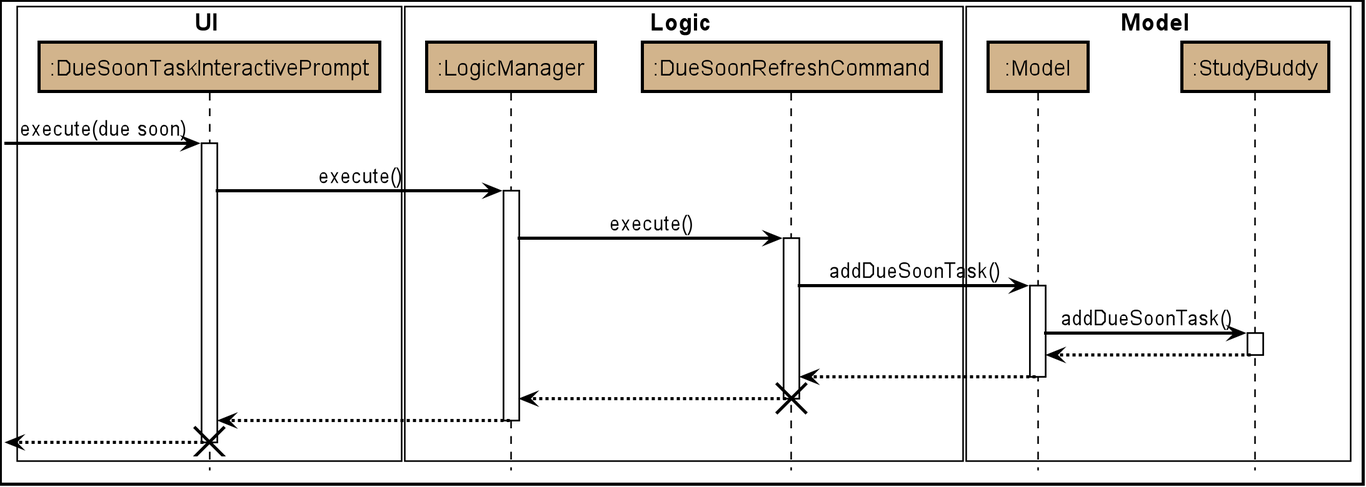
wyt-sonia/main keeps this PlantUML diagram as docs/images/DueSoonSequenceDiagram.png. Above is the earlier version.
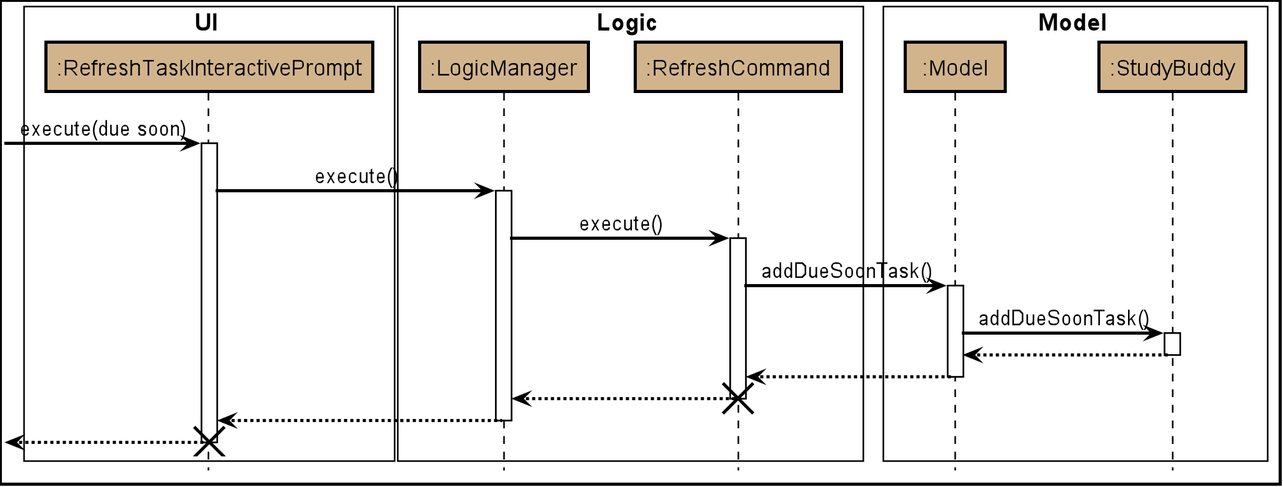
After the change.

Change to the diagram source:
```diff
@@ -59,12 +59,12 @@
 
 
 box UI #FFFFFF
-participant ":DueSoonTaskInteractivePrompt" as DueSoonTaskInteractivePrompt #D2B48C
+participant ":RefreshTaskInteractivePrompt" as RefreshTaskInteractivePrompt #D2B48C
 end box
 
 box Logic #FFFFFF
 participant ":LogicManager" as LogicManager #D2B48C
-participant ":DueSoonRefreshCommand" as DueSoonRefreshCommand #D2B48C
+participant ":RefreshCommand" as RefreshCommand #D2B48C
 end box
 
 box Model #FFFFFF
@@ -72,16 +72,16 @@
 participant ":StudyBuddy" as StudyBuddy #D2B48C
 end box
 
-[-> DueSoonTaskInteractivePrompt : execute(due soon)
-activate DueSoonTaskInteractivePrompt
+[-> RefreshTaskInteractivePrompt : execute(due soon)
+activate RefreshTaskInteractivePrompt
 
-DueSoonTaskInteractivePrompt -> LogicManager : execute()
+RefreshTaskInteractivePrompt -> LogicManager : execute()
 activate LogicManager
 
-LogicManager -> DueSoonRefreshCommand : execute()
-activate DueSoonRefreshCommand
+LogicManager -> RefreshCommand : execute()
+activate RefreshCommand
 
-DueSoonRefreshCommand -> Model : addDueSoonTask()
+RefreshCommand -> Model : addDueSoonTask()
 activate Model
 
 Model -> StudyBuddy : addDueSoonTask()
@@ -90,18 +90,18 @@
 StudyBuddy --> Model
 deactivate StudyBuddy
 
-Model --> DueSoonRefreshCommand
+Model --> RefreshCommand
 deactivate Model
 
-DueSoonRefreshCommand --> LogicManager
-deactivate DueSoonRefreshCommand
-destroy DueSoonRefreshCommand
+RefreshCommand --> LogicManager
+deactivate RefreshCommand
+destroy RefreshCommand
 
-LogicManager --> DueSoonTaskInteractivePrompt
+LogicManager --> RefreshTaskInteractivePrompt
 deactivate LogicManager
 
-[<--DueSoonTaskInteractivePrompt
-deactivate DueSoonTaskInteractivePrompt
-destroy DueSoonTaskInteractivePrompt
+[<--RefreshTaskInteractivePrompt
+deactivate RefreshTaskInteractivePrompt
+destroy RefreshTaskInteractivePrompt
 
 @enduml
```
